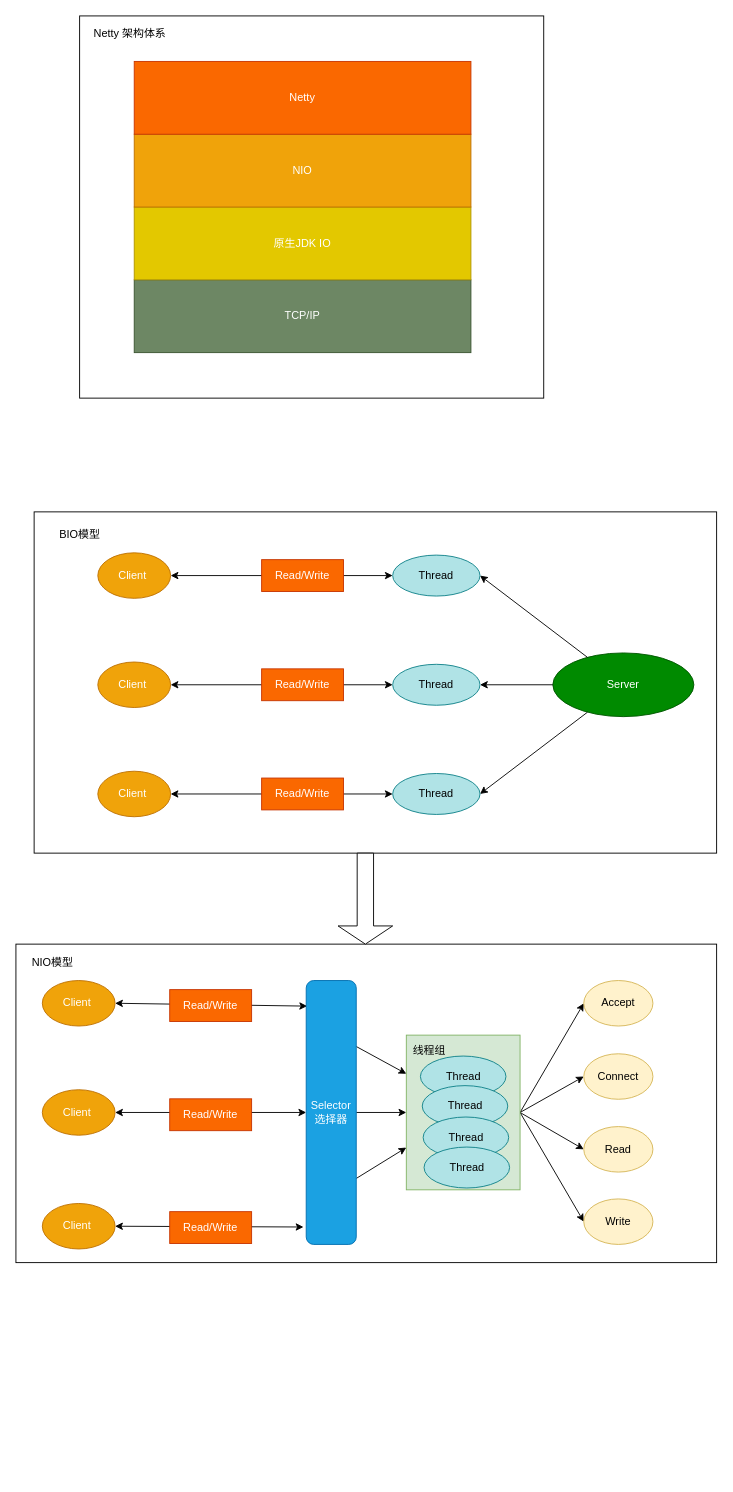
Before: netty-stu.drawio in FifteenLab/test, a draw.io diagram. Source tidied: cells renumbered, new cells numbered last; positions are measured from the earlier drawing's top-left corner, leaving out a move shared by most shapes. Both pictures are drawn from the tidied source at 91%, with x=0, y=0 at pixel (15, 15).
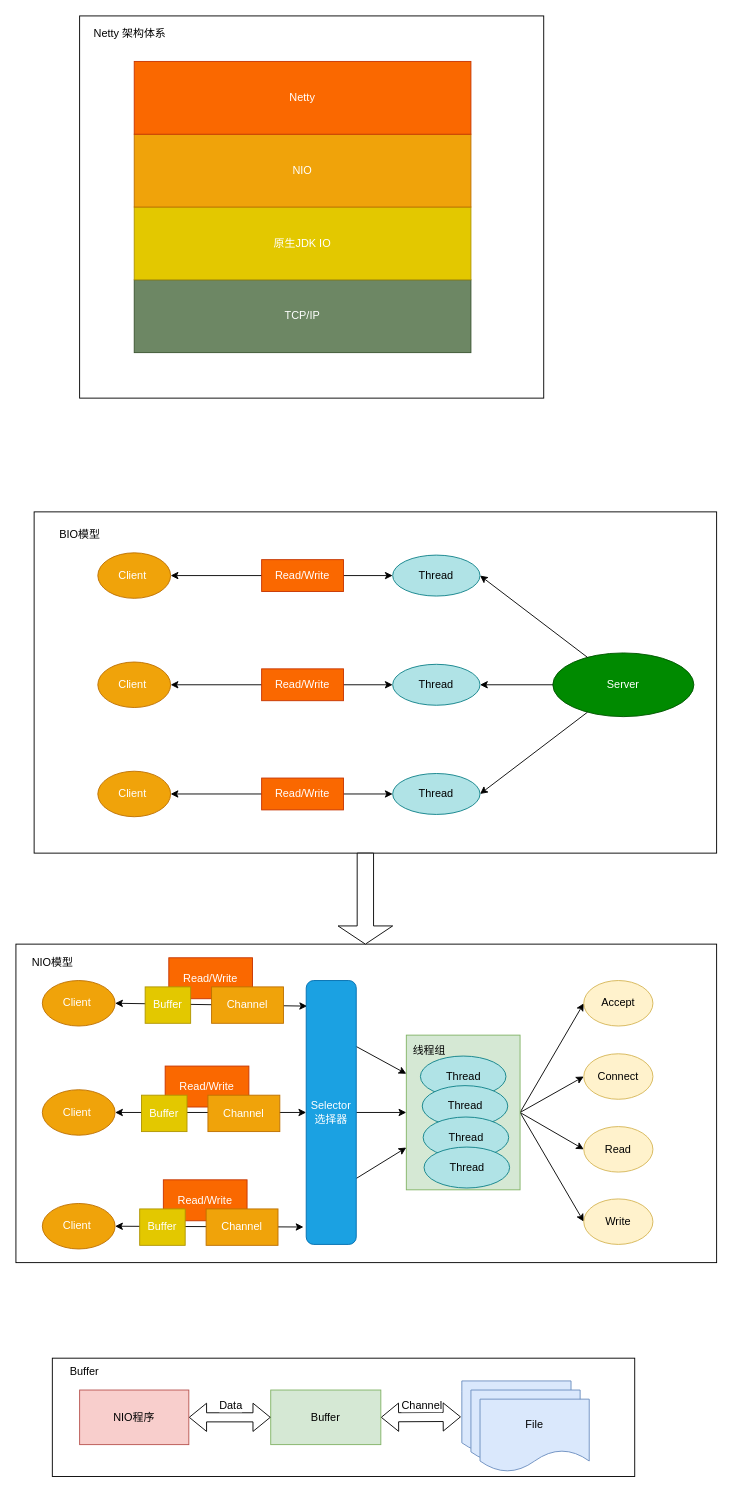
The same page after the edit.

Diff of the diagram source:
```diff
@@
+    <mxCell id="56" style="rounded=0;whiteSpace=wrap;html=1;" parent="1" vertex="1">
+      <mxGeometry x="40" y="1475" width="640" height="130" as="geometry" />
+    </mxCell>
@@
     <mxCell id="36" value="Read/Write" style="rounded=0;whiteSpace=wrap;html=1;fillColor=#fa6800;strokeColor=#C73500;fontColor=#ffffff;" parent="1" vertex="1">
-      <mxGeometry x="169" y="1070" width="90" height="35" as="geometry" />
+      <mxGeometry x="168" y="1035" width="92" height="45" as="geometry" />
     </mxCell>
@@
-    <mxCell id="40" value="Read/Write" style="rounded=0;whiteSpace=wrap;html=1;fillColor=#fa6800;strokeColor=#C73500;fontColor=#ffffff;" parent="1" vertex="1">
-      <mxGeometry x="169" y="1190" width="90" height="35" as="geometry" />
-    </mxCell>
@@
-    <mxCell id="44" value="Read/Write" style="rounded=0;whiteSpace=wrap;html=1;fillColor=#fa6800;strokeColor=#C73500;fontColor=#ffffff;" parent="1" vertex="1">
-      <mxGeometry x="169" y="1314" width="90" height="35" as="geometry" />
-    </mxCell>
@@
+    <mxCell id="57" value="Channel" style="rounded=0;whiteSpace=wrap;html=1;fillColor=#f0a30a;strokeColor=#BD7000;fontColor=#ffffff;" parent="1" vertex="1">
+      <mxGeometry x="215" y="1067" width="79" height="40" as="geometry" />
+    </mxCell>
+    <mxCell id="58" value="Buffer" style="rounded=0;whiteSpace=wrap;html=1;fillColor=#e3c800;strokeColor=#B09500;fontColor=#ffffff;" parent="1" vertex="1">
+      <mxGeometry x="142" y="1067" width="50" height="40" as="geometry" />
+    </mxCell>
+    <mxCell id="59" value="Read/Write" style="rounded=0;whiteSpace=wrap;html=1;fillColor=#fa6800;strokeColor=#C73500;fontColor=#ffffff;" parent="1" vertex="1">
+      <mxGeometry x="164" y="1154" width="92" height="45" as="geometry" />
+    </mxCell>
+    <mxCell id="60" value="Channel" style="rounded=0;whiteSpace=wrap;html=1;fillColor=#f0a30a;strokeColor=#BD7000;fontColor=#ffffff;" parent="1" vertex="1">
+      <mxGeometry x="211" y="1186" width="79" height="40" as="geometry" />
+    </mxCell>
+    <mxCell id="61" value="Buffer" style="rounded=0;whiteSpace=wrap;html=1;fillColor=#e3c800;strokeColor=#B09500;fontColor=#ffffff;" parent="1" vertex="1">
+      <mxGeometry x="138" y="1186" width="50" height="40" as="geometry" />
+    </mxCell>
+    <mxCell id="62" value="Read/Write" style="rounded=0;whiteSpace=wrap;html=1;fillColor=#fa6800;strokeColor=#C73500;fontColor=#ffffff;" parent="1" vertex="1">
+      <mxGeometry x="162" y="1279" width="92" height="45" as="geometry" />
+    </mxCell>
+    <mxCell id="63" value="Channel" style="rounded=0;whiteSpace=wrap;html=1;fillColor=#f0a30a;strokeColor=#BD7000;fontColor=#ffffff;" parent="1" vertex="1">
+      <mxGeometry x="209" y="1311" width="79" height="40" as="geometry" />
+    </mxCell>
+    <mxCell id="64" value="Buffer" style="rounded=0;whiteSpace=wrap;html=1;fillColor=#e3c800;strokeColor=#B09500;fontColor=#ffffff;" parent="1" vertex="1">
+      <mxGeometry x="136" y="1311" width="50" height="40" as="geometry" />
+    </mxCell>
+    <mxCell id="65" style="shape=document;whiteSpace=wrap;html=1;boundedLbl=1;fillColor=#dae8fc;strokeColor=#6c8ebf;" parent="1" vertex="1">
+      <mxGeometry x="490" y="1500" width="120" height="80" as="geometry" />
+    </mxCell>
+    <mxCell id="66" style="shape=document;whiteSpace=wrap;html=1;boundedLbl=1;fillColor=#dae8fc;strokeColor=#6c8ebf;" parent="1" vertex="1">
+      <mxGeometry x="500" y="1510" width="120" height="80" as="geometry" />
+    </mxCell>
+    <mxCell id="67" value="File" style="shape=document;whiteSpace=wrap;html=1;boundedLbl=1;fillColor=#dae8fc;strokeColor=#6c8ebf;" parent="1" vertex="1">
+      <mxGeometry x="510" y="1520" width="120" height="80" as="geometry" />
+    </mxCell>
+    <mxCell id="68" style="shape=flexArrow;endArrow=classic;startArrow=classic;html=1;exitX=1;exitY=0.5;exitDx=0;exitDy=0;" parent="1" edge="1" source="70">
+      <mxGeometry relative="1" as="geometry">
+        <mxPoint x="489" y="1539.5" as="targetPoint" />
+      </mxGeometry>
+    </mxCell>
+    <mxCell id="69" value="Channel" style="text;html=1;align=center;verticalAlign=middle;labelBackgroundColor=#ffffff;" parent="68" vertex="1">
+      <mxGeometry x="0.07" relative="1" as="geometry">
+        <mxPoint x="-2.5" y="-13.7" as="offset" />
+      </mxGeometry>
+    </mxCell>
+    <mxCell id="70" value="Buffer" style="rounded=0;whiteSpace=wrap;html=1;fillColor=#d5e8d4;strokeColor=#82b366;" parent="1" vertex="1">
+      <mxGeometry x="280" y="1510" width="121" height="60" as="geometry" />
+    </mxCell>
+    <mxCell id="71" style="shape=flexArrow;endArrow=classic;startArrow=classic;html=1;entryX=0;entryY=0.5;entryDx=0;entryDy=0;exitX=1;exitY=0.5;exitDx=0;exitDy=0;" parent="1" edge="1" source="73" target="70">
+      <mxGeometry relative="1" as="geometry" />
+    </mxCell>
+    <mxCell id="72" value="Data" style="text;html=1;align=center;verticalAlign=middle;labelBackgroundColor=#ffffff;" parent="71" vertex="1">
+      <mxGeometry x="0.1" y="1" relative="1" as="geometry">
+        <mxPoint x="-5" y="-13" as="offset" />
+      </mxGeometry>
+    </mxCell>
+    <mxCell id="73" value="NIO程序" style="rounded=0;whiteSpace=wrap;html=1;fillColor=#f8cecc;strokeColor=#b85450;" parent="1" vertex="1">
+      <mxGeometry x="70" y="1510" width="120" height="60" as="geometry" />
+    </mxCell>
+    <mxCell id="74" value="Buffer" style="text;html=1;align=center;verticalAlign=middle;" parent="1" vertex="1">
+      <mxGeometry x="50" y="1480" width="50" height="20" as="geometry" />
+    </mxCell>
```
